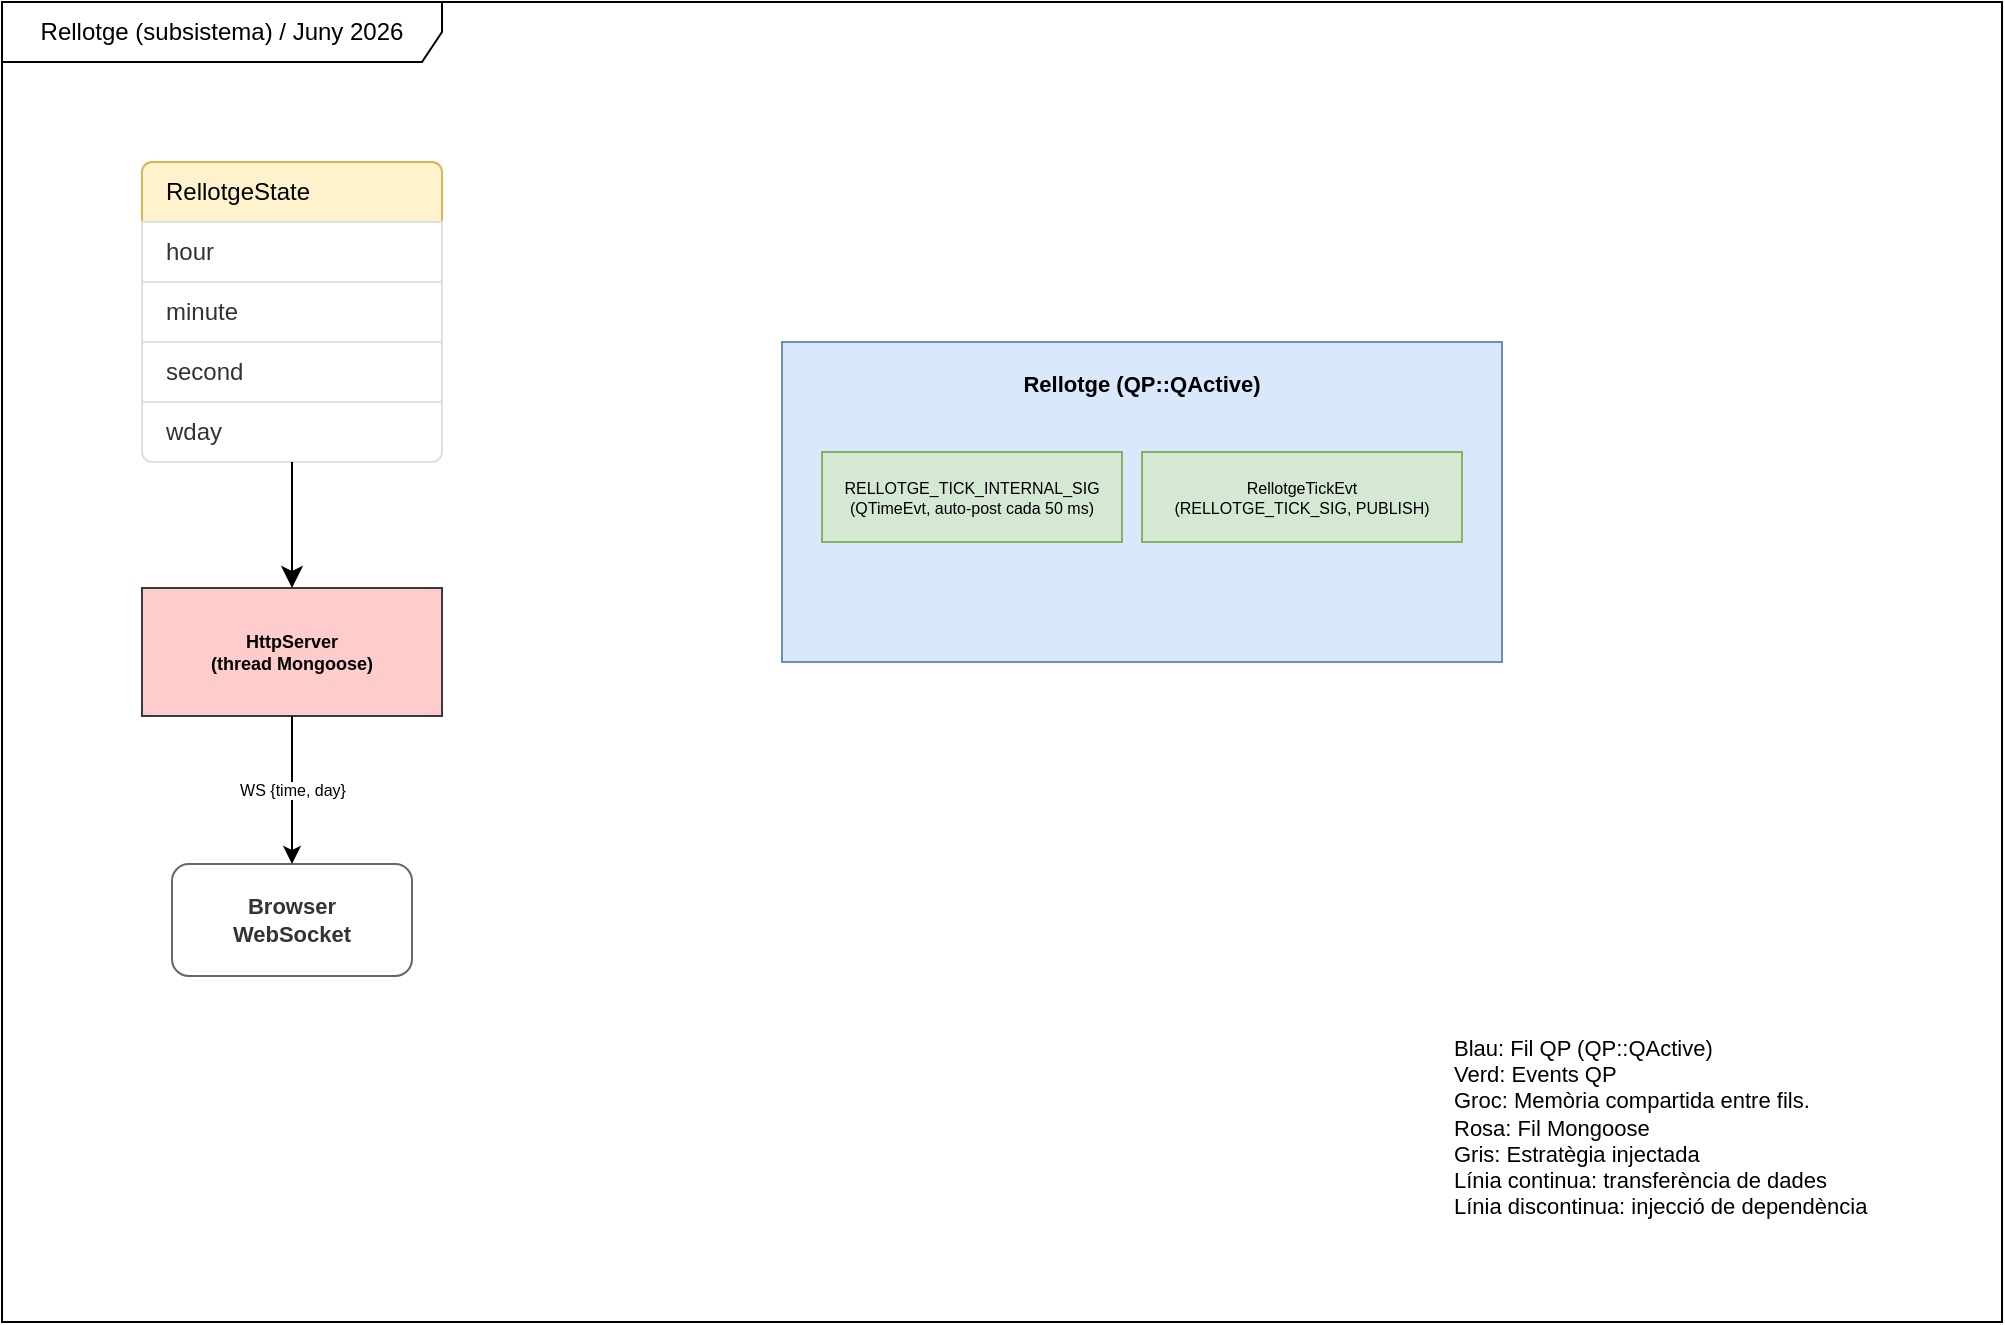
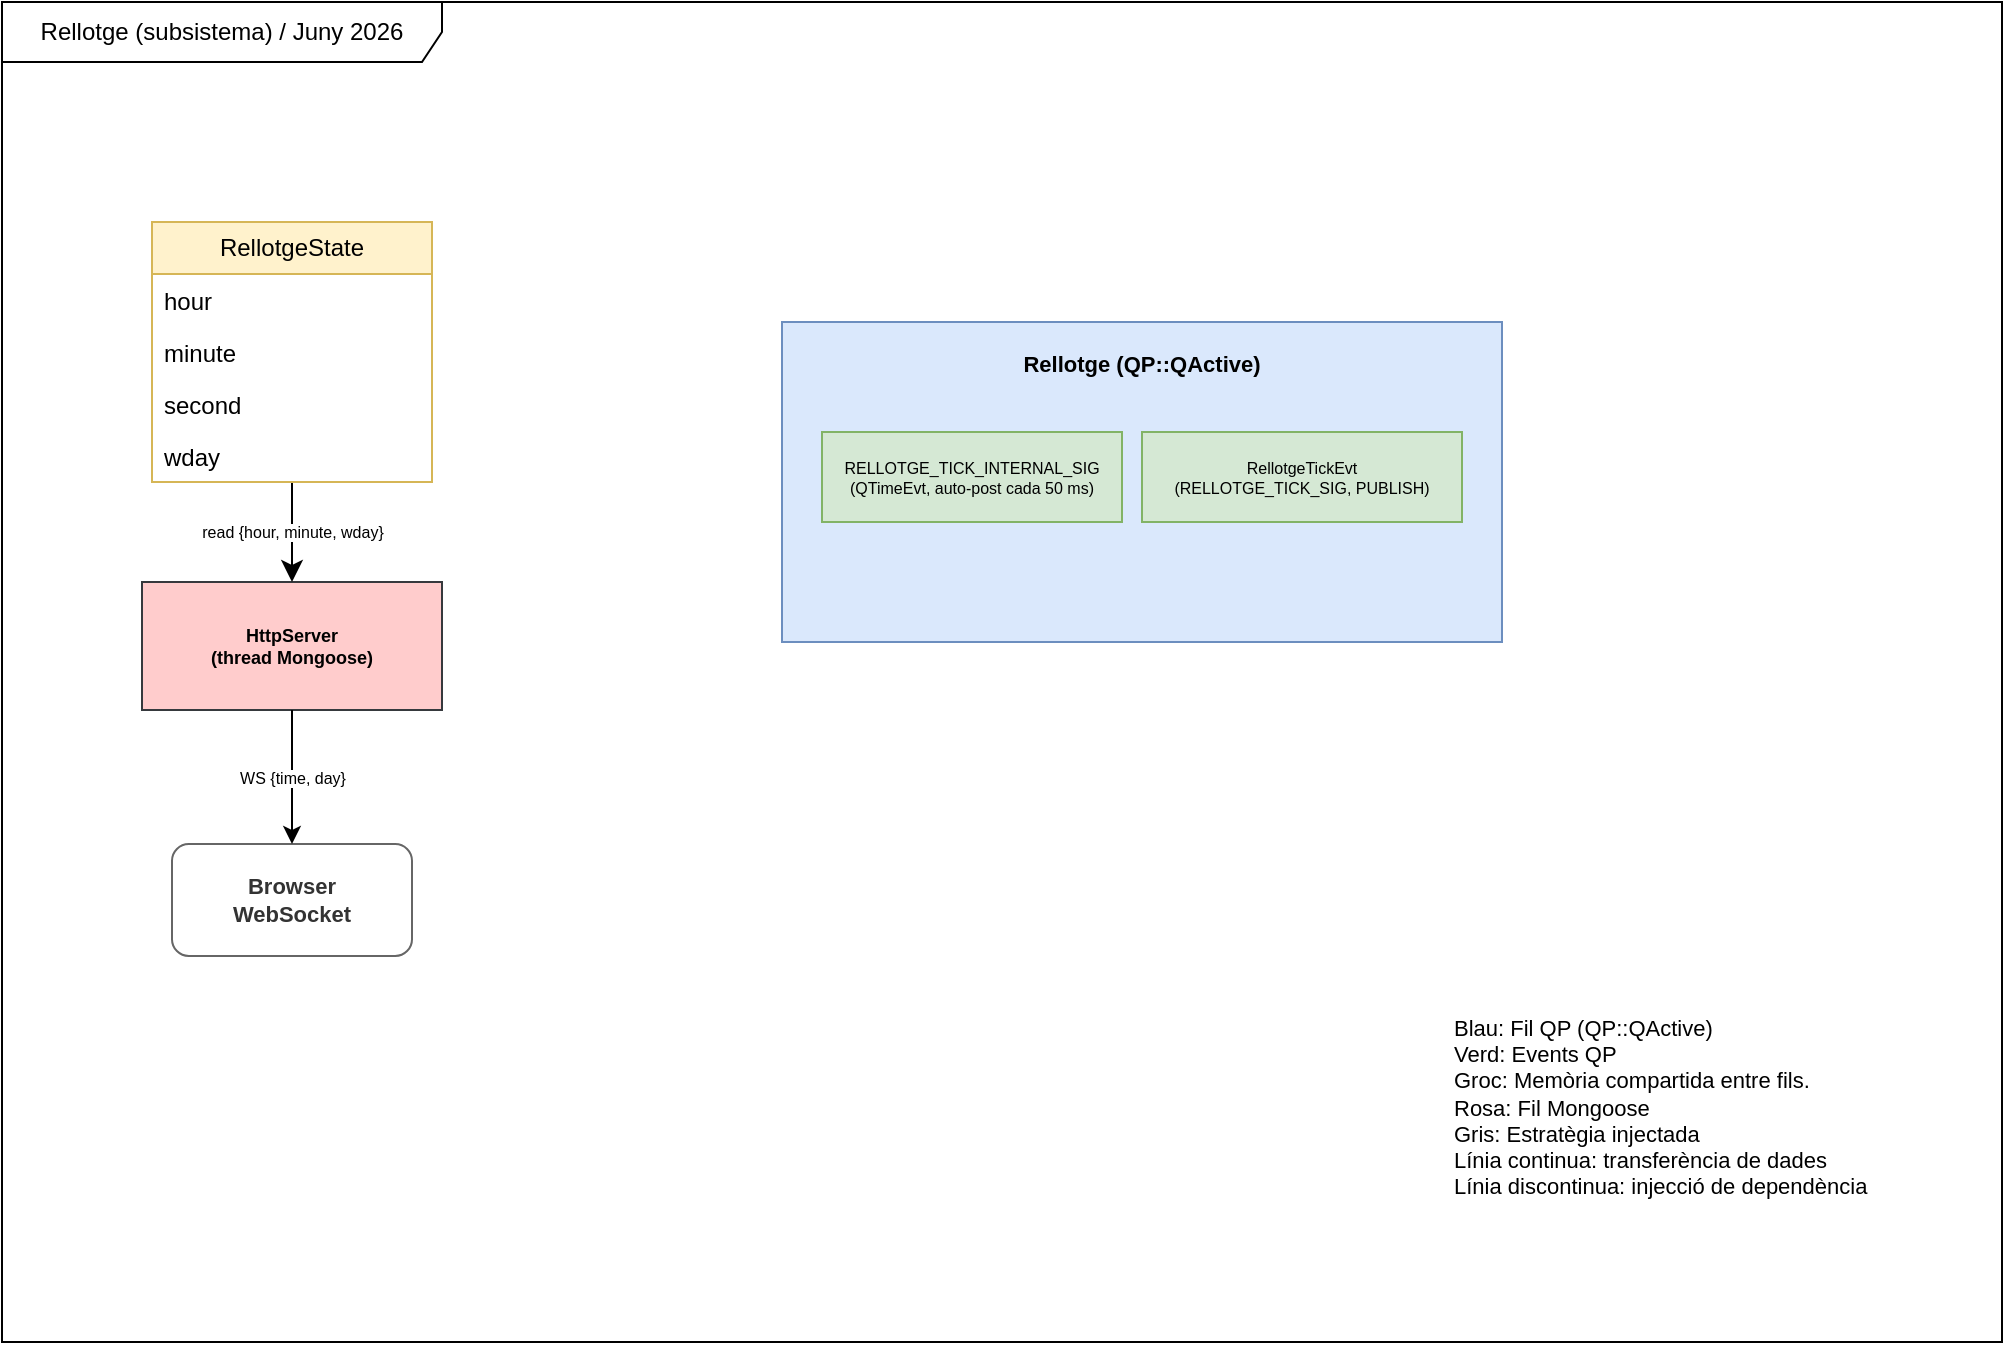
<mxfile host="Electron" agent="Mozilla/5.0 (Windows NT 10.0; Win64; x64) AppleWebKit/537.36 (KHTML, like Gecko) draw.io/28.2.8 Chrome/140.0.7339.240 Electron/38.4.0 Safari/537.36" version="28.2.8">
  <diagram name="Rellotge" id="rellotge">
    <mxGraphModel dx="1028" dy="663" grid="1" gridSize="10" guides="1" tooltips="1" connect="1" arrows="1" fold="1" page="1" pageScale="1" pageWidth="1169" pageHeight="826" math="0" shadow="0">
      <root>
        <mxCell id="0" />
        <mxCell id="1" parent="0" />
        <mxCell id="frame" value="Rellotge (subsistema) / Juny 2026" style="shape=umlFrame;whiteSpace=wrap;html=1;pointerEvents=0;recursiveResize=0;collapsible=0;width=220;height=30;" parent="1" vertex="1">
-           <mxGeometry x="40" y="40" width="1000" height="660" as="geometry" />
+           <mxGeometry x="40" y="50" width="1000" height="670" as="geometry" />
        </mxCell>
        <mxCell id="rl" value="Rellotge (QP::QActive)" style="rounded=0;whiteSpace=wrap;html=1;fillColor=#dae8fc;strokeColor=#6c8ebf;fontSize=11;fontStyle=1;verticalAlign=top;spacingTop=8" parent="1" vertex="1">
          <mxGeometry x="430" y="210" width="360" height="160" as="geometry" />
        </mxCell>
        <mxCell id="rl_internal" value="RELLOTGE_TICK_INTERNAL_SIG&#xa;(QTimeEvt, auto-post cada 50 ms)" style="rounded=0;whiteSpace=wrap;html=1;fillColor=#d5e8d4;strokeColor=#82b366;fontSize=8" parent="1" vertex="1">
          <mxGeometry x="450" y="265" width="150" height="45" as="geometry" />
        </mxCell>
        <mxCell id="rl_pub" value="RellotgeTickEvt&#xa;(RELLOTGE_TICK_SIG, PUBLISH)" style="rounded=0;whiteSpace=wrap;html=1;fillColor=#d5e8d4;strokeColor=#82b366;fontSize=8" parent="1" vertex="1">
          <mxGeometry x="610" y="265" width="160" height="45" as="geometry" />
        </mxCell>
        <mxCell id="http" value="HttpServer&#xa;(thread Mongoose)" style="rounded=0;whiteSpace=wrap;html=1;fillColor=#ffcccc;strokeColor=#36393d;fontSize=9;fontStyle=1" parent="1" vertex="1">
-           <mxGeometry x="110" y="333" width="150" height="64" as="geometry" />
+           <mxGeometry x="110" y="340" width="150" height="64" as="geometry" />
        </mxCell>
        <mxCell id="ws" value="&lt;b&gt;Browser&lt;/b&gt;&#xa;&lt;b&gt;WebSocket&lt;/b&gt;" style="rounded=1;whiteSpace=wrap;html=1;fillColor=#ffffff;strokeColor=#666666;fontColor=#333333;fontSize=11;" parent="1" vertex="1">
          <mxGeometry x="125" y="471" width="120" height="56" as="geometry" />
        </mxCell>
        <mxCell id="e_push" value="WS {time, day}" style="edgeStyle=orthogonalEdgeStyle;rounded=0;html=1;exitX=0.5;exitY=1;exitDx=0;exitDy=0;entryX=0.5;entryY=0;entryDx=0;entryDy=0;fontSize=8;" parent="1" source="http" target="ws" edge="1">
          <mxGeometry relative="1" as="geometry" />
        </mxCell>
-         <mxCell id="WiYslsAA664LMXsMsstF-2" value="" style="swimlane;fontStyle=0;childLayout=stackLayout;horizontal=1;startSize=0;horizontalStack=0;resizeParent=1;resizeParentMax=0;resizeLast=0;collapsible=0;marginBottom=0;whiteSpace=wrap;html=1;strokeColor=none;fillColor=none;" parent="1" vertex="1">
-           <mxGeometry x="110" y="120" width="150" height="150" as="geometry" />
+         <mxCell id="legend" value="&lt;div style=&quot;text-align:left&quot;&gt;Blau: Fil QP (QP::QActive)&lt;br&gt;Verd: Events QP&lt;br&gt;Groc: Memòria compartida entre fils.&lt;br&gt;Rosa: Fil Mongoose&lt;br&gt;Gris: Estratègia injectada&lt;br&gt;Línia continua: transferència de dades&lt;br&gt;Línia discontinua: injecció de dependència&lt;/div&gt;" style="text;strokeColor=none;fillColor=none;align=left;verticalAlign=top;spacingLeft=4;spacingRight=4;overflow=hidden;whiteSpace=wrap;html=1;fontSize=11;" parent="1" vertex="1">
+           <mxGeometry x="760" y="550" width="240" height="110" as="geometry" />
        </mxCell>
-         <mxCell id="WiYslsAA664LMXsMsstF-3" value="&lt;span style=&quot;color: rgb(0, 0, 0);&quot;&gt;RellotgeState&lt;/span&gt;" style="text;strokeColor=#d6b656;fillColor=#fff2cc;align=left;verticalAlign=middle;spacingLeft=10;spacingRight=10;overflow=hidden;points=[[0,0.5],[1,0.5]];portConstraint=eastwest;rotatable=0;whiteSpace=wrap;html=1;shape=mxgraph.bootstrap.topButton;rSize=5;" parent="WiYslsAA664LMXsMsstF-2" vertex="1">
-           <mxGeometry width="150" height="30" as="geometry" />
-         </mxCell>
-         <mxCell id="WiYslsAA664LMXsMsstF-4" value="hour" style="text;strokeColor=#DFDFDF;fillColor=#FFFFFF;align=left;verticalAlign=middle;spacingLeft=10;spacingRight=10;overflow=hidden;points=[[0,0.5],[1,0.5]];portConstraint=eastwest;rotatable=0;whiteSpace=wrap;html=1;rSize=5;fontColor=#333333;" parent="WiYslsAA664LMXsMsstF-2" vertex="1">
-           <mxGeometry y="30" width="150" height="30" as="geometry" />
-         </mxCell>
-         <mxCell id="WiYslsAA664LMXsMsstF-5" value="minute" style="text;strokeColor=#DFDFDF;fillColor=#FFFFFF;align=left;verticalAlign=middle;spacingLeft=10;spacingRight=10;overflow=hidden;points=[[0,0.5],[1,0.5]];portConstraint=eastwest;rotatable=0;whiteSpace=wrap;html=1;rSize=5;fontColor=#333333;" parent="WiYslsAA664LMXsMsstF-2" vertex="1">
-           <mxGeometry y="60" width="150" height="30" as="geometry" />
-         </mxCell>
-         <mxCell id="WiYslsAA664LMXsMsstF-7" value="second" style="text;strokeColor=#DFDFDF;fillColor=#FFFFFF;align=left;verticalAlign=middle;spacingLeft=10;spacingRight=10;overflow=hidden;points=[[0,0.5],[1,0.5]];portConstraint=eastwest;rotatable=0;whiteSpace=wrap;html=1;rSize=5;fontColor=#333333;" parent="WiYslsAA664LMXsMsstF-2" vertex="1">
-           <mxGeometry y="90" width="150" height="30" as="geometry" />
-         </mxCell>
-         <mxCell id="WiYslsAA664LMXsMsstF-6" value="wday" style="text;strokeColor=#DFDFDF;fillColor=#FFFFFF;align=left;verticalAlign=middle;spacingLeft=10;spacingRight=10;overflow=hidden;points=[[0,0.5],[1,0.5]];portConstraint=eastwest;rotatable=0;whiteSpace=wrap;html=1;shape=mxgraph.bootstrap.bottomButton;rSize=5;fontColor=#333333;" parent="WiYslsAA664LMXsMsstF-2" vertex="1">
-           <mxGeometry y="120" width="150" height="30" as="geometry" />
-         </mxCell>
-         <mxCell id="WiYslsAA664LMXsMsstF-10" style="edgeStyle=none;curved=1;rounded=0;orthogonalLoop=1;jettySize=auto;html=1;entryX=0.5;entryY=0;entryDx=0;entryDy=0;fontSize=12;startSize=8;endSize=8;" parent="1" source="WiYslsAA664LMXsMsstF-6" target="http" edge="1">
+         <mxCell id="fVvCkoM4ovPekPfYtxhf-7" value="read {hour, minute, wday}" style="edgeStyle=orthogonalEdgeStyle;curved=0;rounded=0;orthogonalLoop=1;jettySize=auto;html=1;fontSize=8;startSize=8;endSize=8;" parent="1" source="fVvCkoM4ovPekPfYtxhf-1" target="http" edge="1">
          <mxGeometry relative="1" as="geometry" />
        </mxCell>
-         <mxCell id="legend" value="&lt;div style=&quot;text-align:left&quot;&gt;Blau: Fil QP (QP::QActive)&lt;br&gt;Verd: Events QP&lt;br&gt;Groc: Memòria compartida entre fils.&lt;br&gt;Rosa: Fil Mongoose&lt;br&gt;Gris: Estratègia injectada&lt;br&gt;Línia continua: transferència de dades&lt;br&gt;Línia discontinua: injecció de dependència&lt;/div&gt;" style="text;strokeColor=none;fillColor=none;align=left;verticalAlign=top;spacingLeft=4;spacingRight=4;overflow=hidden;whiteSpace=wrap;html=1;fontSize=11;" parent="1" vertex="1">
-           <mxGeometry x="760" y="550" width="240" height="110" as="geometry" />
+         <mxCell id="fVvCkoM4ovPekPfYtxhf-1" value="RellotgeState" style="swimlane;fontStyle=0;childLayout=stackLayout;horizontal=1;startSize=26;fillColor=#fff2cc;horizontalStack=0;resizeParent=1;resizeParentMax=0;resizeLast=0;collapsible=1;marginBottom=0;whiteSpace=wrap;html=1;strokeColor=#d6b656;" parent="1" vertex="1">
+           <mxGeometry x="115" y="160" width="140" height="130" as="geometry" />
+         </mxCell>
+         <mxCell id="fVvCkoM4ovPekPfYtxhf-2" value="hour" style="text;strokeColor=none;fillColor=none;align=left;verticalAlign=top;spacingLeft=4;spacingRight=4;overflow=hidden;rotatable=0;points=[[0,0.5],[1,0.5]];portConstraint=eastwest;whiteSpace=wrap;html=1;" parent="fVvCkoM4ovPekPfYtxhf-1" vertex="1">
+           <mxGeometry y="26" width="140" height="26" as="geometry" />
+         </mxCell>
+         <mxCell id="fVvCkoM4ovPekPfYtxhf-3" value="minute" style="text;strokeColor=none;fillColor=none;align=left;verticalAlign=top;spacingLeft=4;spacingRight=4;overflow=hidden;rotatable=0;points=[[0,0.5],[1,0.5]];portConstraint=eastwest;whiteSpace=wrap;html=1;" parent="fVvCkoM4ovPekPfYtxhf-1" vertex="1">
+           <mxGeometry y="52" width="140" height="26" as="geometry" />
+         </mxCell>
+         <mxCell id="fVvCkoM4ovPekPfYtxhf-4" value="second" style="text;strokeColor=none;fillColor=none;align=left;verticalAlign=top;spacingLeft=4;spacingRight=4;overflow=hidden;rotatable=0;points=[[0,0.5],[1,0.5]];portConstraint=eastwest;whiteSpace=wrap;html=1;" parent="fVvCkoM4ovPekPfYtxhf-1" vertex="1">
+           <mxGeometry y="78" width="140" height="26" as="geometry" />
+         </mxCell>
+         <mxCell id="fVvCkoM4ovPekPfYtxhf-6" value="wday" style="text;strokeColor=none;fillColor=none;align=left;verticalAlign=top;spacingLeft=4;spacingRight=4;overflow=hidden;rotatable=0;points=[[0,0.5],[1,0.5]];portConstraint=eastwest;whiteSpace=wrap;html=1;" parent="fVvCkoM4ovPekPfYtxhf-1" vertex="1">
+           <mxGeometry y="104" width="140" height="26" as="geometry" />
        </mxCell>
      </root>
    </mxGraphModel>
  </diagram>
</mxfile>
